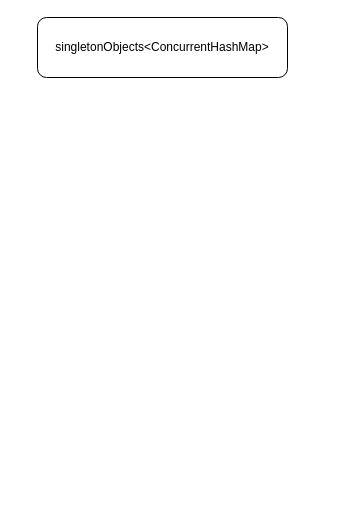
Before: page "spring三级缓存" (3 of 6) of spring-doc/spring生命周期/spring.drawio in ChrisJone/spring-framework, a draw.io diagram. Source tidied: cells renumbered, new cells numbered last; positions are measured from the earlier drawing's top-left corner, leaving out a move shared by most shapes. Both pictures are drawn from the tidied source at 100%, with x=0, y=0 at pixel (37, 17).
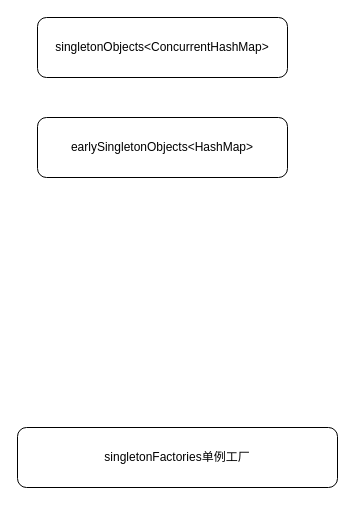
Above is the later version.

What changed in the source:
```diff
@@
 <mxGraphModel>
   <root>
     <mxCell id="0" />
     <mxCell id="1" parent="0" />
     <mxCell id="2" value="singletonObjects&amp;lt;ConcurrentHashMap&amp;gt;" style="rounded=1;whiteSpace=wrap;html=1;align=center;" parent="1" vertex="1">
       <mxGeometry width="250" height="60" as="geometry" />
     </mxCell>
+    <mxCell id="3" value="earlySingletonObjects&amp;lt;HashMap&amp;gt;" style="rounded=1;whiteSpace=wrap;html=1;align=center;" parent="1" vertex="1">
+      <mxGeometry y="100" width="250" height="60" as="geometry" />
+    </mxCell>
+    <mxCell id="4" value="singletonFactories单例工厂" style="rounded=1;whiteSpace=wrap;html=1;align=center;" parent="1" vertex="1">
+      <mxGeometry x="-20" y="410" width="320" height="60" as="geometry" />
+    </mxCell>
   </root>
 </mxGraphModel>
```
